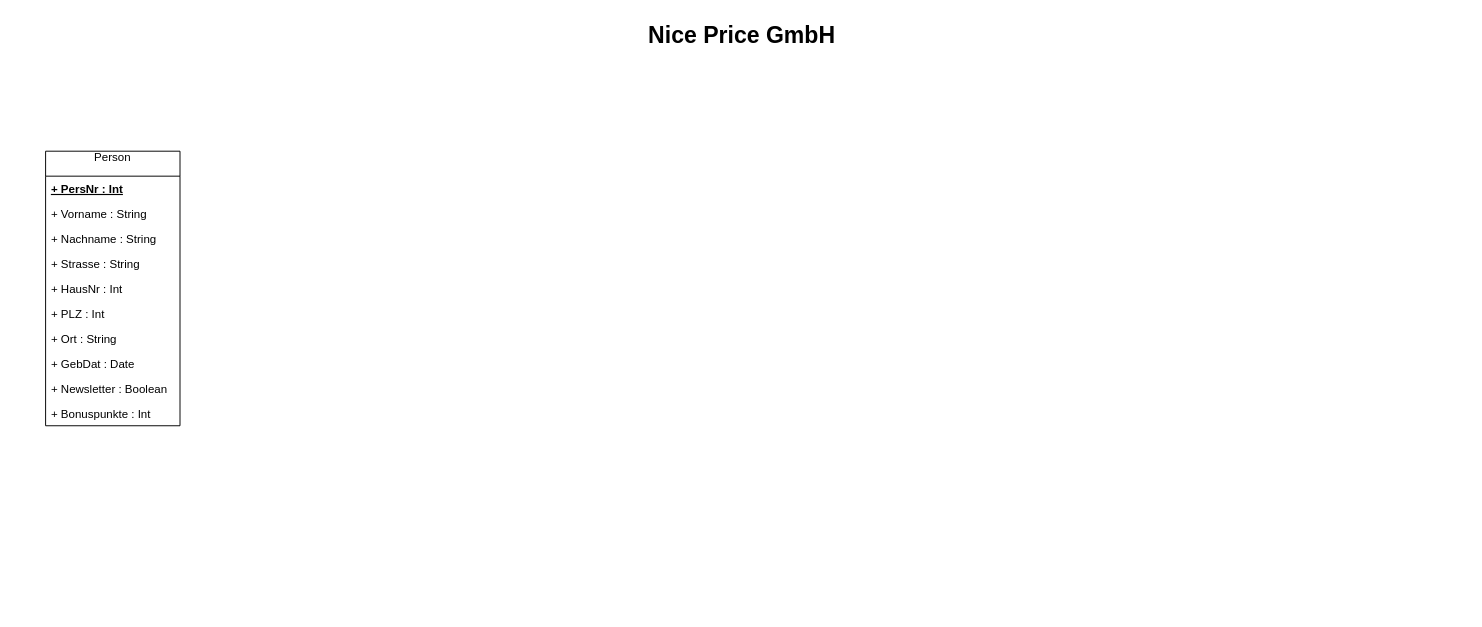
The draw.io diagram NicePriceUML.drawio in Resteklicken/DBS, before the edit. Source tidied: cells renumbered, new cells numbered last; positions are measured from the earlier drawing's top-left corner, leaving out a move shared by most shapes. Both pictures are drawn from the tidied source at 96%, with x=0, y=0 at pixel (16, 16).
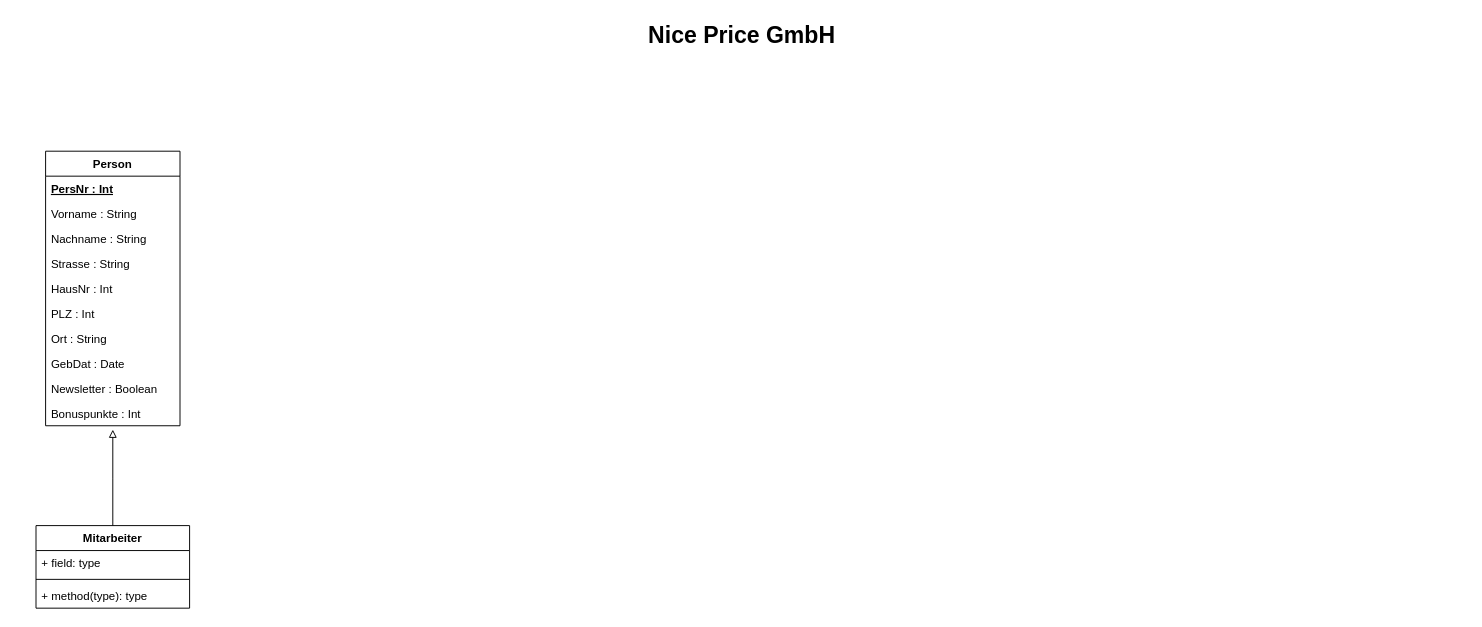
The same diagram, later.

What changed in the source:
```diff
@@
 <mxGraphModel>
   <root>
     <mxCell id="0" />
     <mxCell id="1" parent="0" />
     <mxCell id="2" value="Nice Price GmbH" style="text;strokeColor=none;fillColor=none;html=1;fontSize=24;fontStyle=1;verticalAlign=middle;align=center;" parent="1" vertex="1">
       <mxGeometry width="1510" height="40" as="geometry" />
     </mxCell>
-    <mxCell id="3" value="Person&#10;" style="swimlane;fontStyle=0;horizontal=1;startSize=26;fillColor=none;" parent="1" vertex="1">
+    <mxCell id="3" value="Person" style="swimlane;fontStyle=1;horizontal=1;startSize=26;fillColor=none;" parent="1" vertex="1">
       <mxGeometry x="30" y="140" width="140" height="286" as="geometry" />
     </mxCell>
-    <mxCell id="4" value="+ PersNr : Int" style="text;strokeColor=none;align=left;verticalAlign=top;spacingLeft=4;spacingRight=4;overflow=hidden;fontStyle=5;" parent="3" vertex="1">
+    <mxCell id="4" value="PersNr : Int" style="text;strokeColor=none;align=left;verticalAlign=top;spacingLeft=4;spacingRight=4;overflow=hidden;fontStyle=5;" parent="3" vertex="1">
       <mxGeometry y="26" width="140" height="26" as="geometry" />
     </mxCell>
-    <mxCell id="5" value="+ Vorname : String" style="text;strokeColor=none;fillColor=none;align=left;verticalAlign=top;spacingLeft=4;spacingRight=4;overflow=hidden;" parent="3" vertex="1">
+    <mxCell id="5" value="Vorname : String" style="text;strokeColor=none;fillColor=none;align=left;verticalAlign=top;spacingLeft=4;spacingRight=4;overflow=hidden;" parent="3" vertex="1">
       <mxGeometry y="52" width="140" height="26" as="geometry" />
     </mxCell>
-    <mxCell id="6" value="+ Nachname : String" style="text;strokeColor=none;fillColor=none;align=left;verticalAlign=top;spacingLeft=4;spacingRight=4;overflow=hidden;" parent="3" vertex="1">
+    <mxCell id="6" value="Nachname : String" style="text;strokeColor=none;fillColor=none;align=left;verticalAlign=top;spacingLeft=4;spacingRight=4;overflow=hidden;" parent="3" vertex="1">
       <mxGeometry y="78" width="140" height="26" as="geometry" />
     </mxCell>
-    <mxCell id="7" value="+ Strasse : String" style="text;strokeColor=none;fillColor=none;align=left;verticalAlign=top;spacingLeft=4;spacingRight=4;overflow=hidden;" parent="3" vertex="1">
+    <mxCell id="7" value="Strasse : String" style="text;strokeColor=none;fillColor=none;align=left;verticalAlign=top;spacingLeft=4;spacingRight=4;overflow=hidden;" parent="3" vertex="1">
       <mxGeometry y="104" width="140" height="26" as="geometry" />
     </mxCell>
-    <mxCell id="8" value="+ HausNr : Int" style="text;strokeColor=none;fillColor=none;align=left;verticalAlign=top;spacingLeft=4;spacingRight=4;overflow=hidden;" parent="3" vertex="1">
+    <mxCell id="8" value="HausNr : Int" style="text;strokeColor=none;fillColor=none;align=left;verticalAlign=top;spacingLeft=4;spacingRight=4;overflow=hidden;" parent="3" vertex="1">
       <mxGeometry y="130" width="140" height="26" as="geometry" />
     </mxCell>
-    <mxCell id="9" value="+ PLZ : Int" style="text;strokeColor=none;fillColor=none;align=left;verticalAlign=top;spacingLeft=4;spacingRight=4;overflow=hidden;" parent="3" vertex="1">
+    <mxCell id="9" value="PLZ : Int" style="text;strokeColor=none;fillColor=none;align=left;verticalAlign=top;spacingLeft=4;spacingRight=4;overflow=hidden;" parent="3" vertex="1">
       <mxGeometry y="156" width="140" height="26" as="geometry" />
     </mxCell>
-    <mxCell id="10" value="+ Ort : String" style="text;strokeColor=none;fillColor=none;align=left;verticalAlign=top;spacingLeft=4;spacingRight=4;overflow=hidden;" parent="3" vertex="1">
+    <mxCell id="10" value="Ort : String" style="text;strokeColor=none;fillColor=none;align=left;verticalAlign=top;spacingLeft=4;spacingRight=4;overflow=hidden;" parent="3" vertex="1">
       <mxGeometry y="182" width="140" height="26" as="geometry" />
     </mxCell>
-    <mxCell id="11" value="+ GebDat : Date" style="text;strokeColor=none;fillColor=none;align=left;verticalAlign=top;spacingLeft=4;spacingRight=4;overflow=hidden;" parent="3" vertex="1">
+    <mxCell id="11" value="GebDat : Date" style="text;strokeColor=none;fillColor=none;align=left;verticalAlign=top;spacingLeft=4;spacingRight=4;overflow=hidden;" parent="3" vertex="1">
       <mxGeometry y="208" width="140" height="26" as="geometry" />
     </mxCell>
-    <mxCell id="12" value="+ Newsletter : Boolean" style="text;strokeColor=none;fillColor=none;align=left;verticalAlign=top;spacingLeft=4;spacingRight=4;overflow=hidden;" parent="3" vertex="1">
+    <mxCell id="12" value="Newsletter : Boolean" style="text;strokeColor=none;fillColor=none;align=left;verticalAlign=top;spacingLeft=4;spacingRight=4;overflow=hidden;" parent="3" vertex="1">
       <mxGeometry y="234" width="140" height="26" as="geometry" />
     </mxCell>
-    <mxCell id="13" value="+ Bonuspunkte : Int" style="text;strokeColor=none;fillColor=none;align=left;verticalAlign=top;spacingLeft=4;spacingRight=4;overflow=hidden;" parent="3" vertex="1">
+    <mxCell id="13" value="Bonuspunkte : Int" style="text;strokeColor=none;fillColor=none;align=left;verticalAlign=top;spacingLeft=4;spacingRight=4;overflow=hidden;" parent="3" vertex="1">
       <mxGeometry y="260" width="140" height="26" as="geometry" />
     </mxCell>
+    <mxCell id="14" style="edgeStyle=orthogonalEdgeStyle;rounded=0;jettySize=auto;html=1;endArrow=block;endFill=0;" parent="1" edge="1" source="15">
+      <mxGeometry relative="1" as="geometry">
+        <mxPoint x="100" y="430" as="targetPoint" />
+      </mxGeometry>
+    </mxCell>
+    <mxCell id="15" value="Mitarbeiter&#10;" style="swimlane;fontStyle=1;align=center;verticalAlign=top;horizontal=1;startSize=26;fillColor=none;" parent="1" vertex="1">
+      <mxGeometry x="20" y="530" width="160" height="86" as="geometry" />
+    </mxCell>
+    <mxCell id="16" value="+ field: type" style="text;strokeColor=none;fillColor=none;align=left;verticalAlign=top;spacingLeft=4;spacingRight=4;overflow=hidden;" parent="15" vertex="1">
+      <mxGeometry y="26" width="160" height="26" as="geometry" />
+    </mxCell>
+    <mxCell id="17" style="line;strokeWidth=1;fillColor=none;align=left;verticalAlign=middle;spacingTop=-1;spacingLeft=3;spacingRight=3;labelPosition=right;" parent="15" vertex="1">
+      <mxGeometry y="52" width="160" height="8" as="geometry" />
+    </mxCell>
+    <mxCell id="18" value="+ method(type): type" style="text;strokeColor=none;fillColor=none;align=left;verticalAlign=top;spacingLeft=4;spacingRight=4;overflow=hidden;" parent="15" vertex="1">
+      <mxGeometry y="60" width="160" height="26" as="geometry" />
+    </mxCell>
   </root>
 </mxGraphModel>
```
